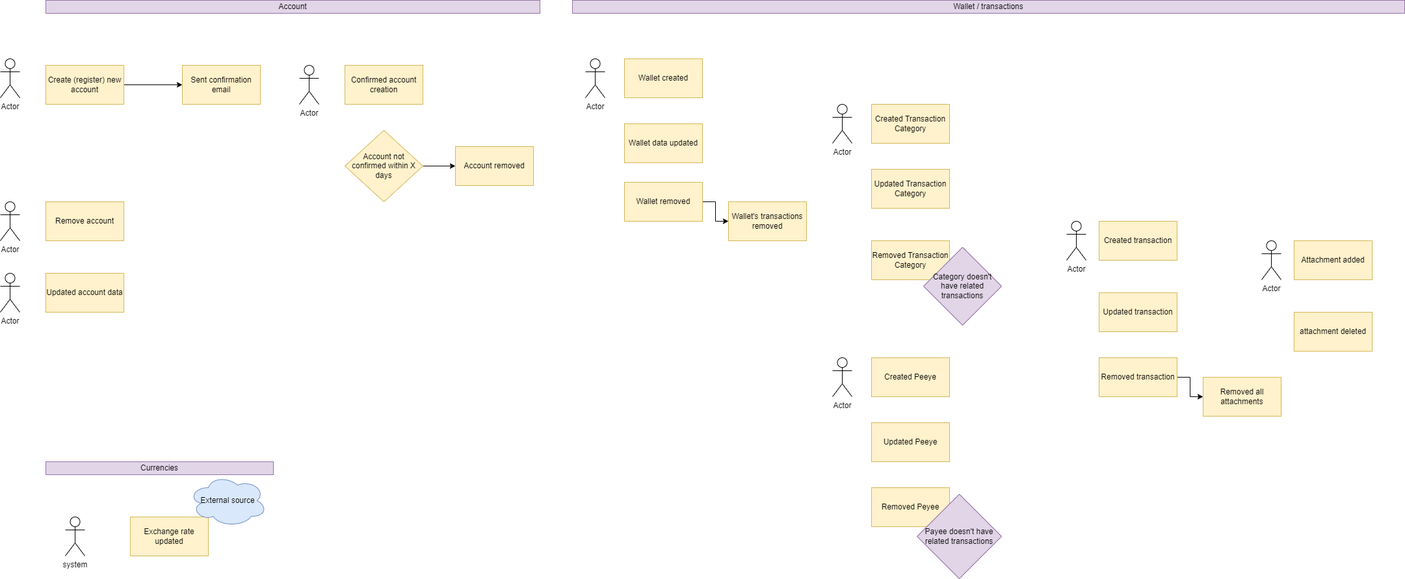
Earlier version of the draw.io export docs/features.drawio.png (GrPe/Overmoney). Source tidied: cells renumbered, new cells last; positions are measured from the earlier drawing's top-left corner, leaving out a move shared by most shapes.
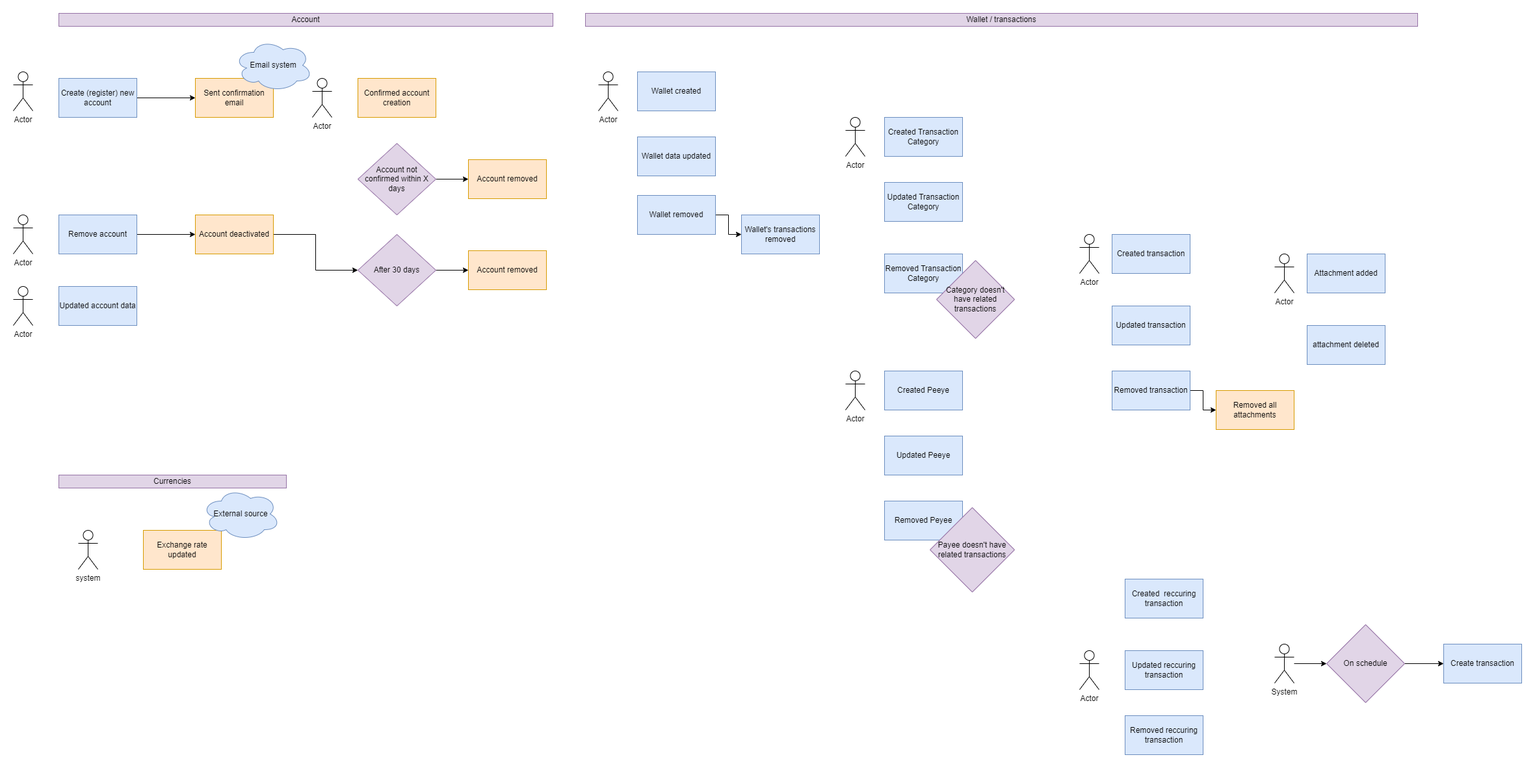
Above is the later version.

Diff of the diagram source:
```diff
@@ -5,28 +5,31 @@
     <mxCell id="2" style="edgeStyle=orthogonalEdgeStyle;rounded=0;jettySize=auto;html=1;entryX=0;entryY=0.5;entryDx=0;entryDy=0;" parent="1" edge="1" source="3" target="6">
       <mxGeometry relative="1" as="geometry" />
     </mxCell>
-    <mxCell id="3" value="Create (register) new account" style="rounded=0;whiteSpace=wrap;html=1;fillColor=#fff2cc;strokeColor=#d6b656;" parent="1" vertex="1">
+    <mxCell id="3" value="Create (register) new account" style="rounded=0;whiteSpace=wrap;html=1;fillColor=#dae8fc;strokeColor=#6c8ebf;" parent="1" vertex="1">
       <mxGeometry x="70" y="100" width="120" height="60" as="geometry" />
     </mxCell>
     <mxCell id="4" value="Actor" style="shape=umlActor;verticalLabelPosition=bottom;verticalAlign=top;html=1;" parent="1" vertex="1">
       <mxGeometry y="90" width="30" height="60" as="geometry" />
     </mxCell>
+    <mxCell id="46" style="edgeStyle=orthogonalEdgeStyle;rounded=0;jettySize=auto;html=1;entryX=0;entryY=0.5;entryDx=0;entryDy=0;" parent="1" edge="1" source="5" target="49">
+      <mxGeometry relative="1" as="geometry" />
+    </mxCell>
-    <mxCell id="5" value="Remove account" style="rounded=0;whiteSpace=wrap;html=1;fillColor=#fff2cc;strokeColor=#d6b656;" parent="1" vertex="1">
+    <mxCell id="5" value="Remove account" style="rounded=0;whiteSpace=wrap;html=1;fillColor=#dae8fc;strokeColor=#6c8ebf;" parent="1" vertex="1">
       <mxGeometry x="70" y="310" width="120" height="60" as="geometry" />
     </mxCell>
-    <mxCell id="6" value="Sent confirmation email" style="rounded=0;whiteSpace=wrap;html=1;fillColor=#fff2cc;strokeColor=#d6b656;" parent="1" vertex="1">
+    <mxCell id="6" value="Sent confirmation email" style="rounded=0;whiteSpace=wrap;html=1;fillColor=#ffe6cc;strokeColor=#d79b00;" parent="1" vertex="1">
       <mxGeometry x="280" y="100" width="120" height="60" as="geometry" />
     </mxCell>
-    <mxCell id="7" value="Confirmed account creation" style="rounded=0;whiteSpace=wrap;html=1;fillColor=#fff2cc;strokeColor=#d6b656;" parent="1" vertex="1">
+    <mxCell id="7" value="Confirmed account creation" style="rounded=0;whiteSpace=wrap;html=1;fillColor=#ffe6cc;strokeColor=#d79b00;" parent="1" vertex="1">
       <mxGeometry x="530" y="100" width="120" height="60" as="geometry" />
     </mxCell>
     <mxCell id="8" value="Actor" style="shape=umlActor;verticalLabelPosition=bottom;verticalAlign=top;html=1;" parent="1" vertex="1">
       <mxGeometry x="460" y="100" width="30" height="60" as="geometry" />
     </mxCell>
-    <mxCell id="9" value="Account removed" style="rounded=0;whiteSpace=wrap;html=1;fillColor=#fff2cc;strokeColor=#d6b656;" parent="1" vertex="1">
+    <mxCell id="9" value="Account removed" style="rounded=0;whiteSpace=wrap;html=1;fillColor=#ffe6cc;strokeColor=#d79b00;" parent="1" vertex="1">
       <mxGeometry x="700" y="225" width="120" height="60" as="geometry" />
     </mxCell>
-    <mxCell id="10" value="Updated account data" style="rounded=0;whiteSpace=wrap;html=1;fillColor=#fff2cc;strokeColor=#d6b656;" parent="1" vertex="1">
+    <mxCell id="10" value="Updated account data" style="rounded=0;whiteSpace=wrap;html=1;fillColor=#dae8fc;strokeColor=#6c8ebf;" parent="1" vertex="1">
       <mxGeometry x="70" y="420" width="120" height="60" as="geometry" />
     </mxCell>
     <mxCell id="11" value="Account" style="rounded=0;whiteSpace=wrap;html=1;fillColor=#e1d5e7;strokeColor=#9673a6;" parent="1" vertex="1">
@@ -35,7 +38,7 @@
     <mxCell id="12" style="edgeStyle=orthogonalEdgeStyle;rounded=0;jettySize=auto;html=1;entryX=0;entryY=0.5;entryDx=0;entryDy=0;" parent="1" edge="1" source="13" target="9">
       <mxGeometry relative="1" as="geometry" />
     </mxCell>
-    <mxCell id="13" value="Account not confirmed within X days" style="rhombus;whiteSpace=wrap;html=1;fillColor=#fff2cc;strokeColor=#d6b656;" parent="1" vertex="1">
+    <mxCell id="13" value="Account not confirmed within X days" style="rhombus;whiteSpace=wrap;html=1;fillColor=#e1d5e7;strokeColor=#9673a6;" parent="1" vertex="1">
       <mxGeometry x="530" y="200" width="120" height="110" as="geometry" />
     </mxCell>
     <mxCell id="14" value="Actor" style="shape=umlActor;verticalLabelPosition=bottom;verticalAlign=top;html=1;" parent="1" vertex="1">
@@ -44,7 +47,7 @@
     <mxCell id="15" value="Actor" style="shape=umlActor;verticalLabelPosition=bottom;verticalAlign=top;html=1;" parent="1" vertex="1">
       <mxGeometry y="420" width="30" height="60" as="geometry" />
     </mxCell>
-    <mxCell id="16" value="Wallet created" style="rounded=0;whiteSpace=wrap;html=1;fillColor=#fff2cc;strokeColor=#d6b656;" parent="1" vertex="1">
+    <mxCell id="16" value="Wallet created" style="rounded=0;whiteSpace=wrap;html=1;fillColor=#dae8fc;strokeColor=#6c8ebf;" parent="1" vertex="1">
       <mxGeometry x="960" y="90" width="120" height="60" as="geometry" />
     </mxCell>
     <mxCell id="17" value="Actor" style="shape=umlActor;verticalLabelPosition=bottom;verticalAlign=top;html=1;" parent="1" vertex="1">
@@ -53,25 +56,25 @@
     <mxCell id="18" style="edgeStyle=orthogonalEdgeStyle;rounded=0;jettySize=auto;html=1;entryX=0;entryY=0.5;entryDx=0;entryDy=0;" parent="1" edge="1" source="19" target="41">
       <mxGeometry relative="1" as="geometry" />
     </mxCell>
-    <mxCell id="19" value="Wallet removed" style="rounded=0;whiteSpace=wrap;html=1;fillColor=#fff2cc;strokeColor=#d6b656;" parent="1" vertex="1">
+    <mxCell id="19" value="Wallet removed" style="rounded=0;whiteSpace=wrap;html=1;fillColor=#dae8fc;strokeColor=#6c8ebf;" parent="1" vertex="1">
       <mxGeometry x="960" y="280" width="120" height="60" as="geometry" />
     </mxCell>
-    <mxCell id="20" value="Wallet data updated" style="rounded=0;whiteSpace=wrap;html=1;fillColor=#fff2cc;strokeColor=#d6b656;" parent="1" vertex="1">
+    <mxCell id="20" value="Wallet data updated" style="rounded=0;whiteSpace=wrap;html=1;fillColor=#dae8fc;strokeColor=#6c8ebf;" parent="1" vertex="1">
       <mxGeometry x="960" y="190" width="120" height="60" as="geometry" />
     </mxCell>
     <mxCell id="21" value="Wallet / transactions" style="rounded=0;whiteSpace=wrap;html=1;fillColor=#e1d5e7;strokeColor=#9673a6;" parent="1" vertex="1">
       <mxGeometry x="880" width="1280" height="20" as="geometry" />
     </mxCell>
-    <mxCell id="22" value="Created transaction" style="rounded=0;whiteSpace=wrap;html=1;fillColor=#fff2cc;strokeColor=#d6b656;" parent="1" vertex="1">
+    <mxCell id="22" value="Created transaction" style="rounded=0;whiteSpace=wrap;html=1;fillColor=#dae8fc;strokeColor=#6c8ebf;" parent="1" vertex="1">
       <mxGeometry x="1690" y="340" width="120" height="60" as="geometry" />
     </mxCell>
-    <mxCell id="23" value="Updated transaction" style="rounded=0;whiteSpace=wrap;html=1;fillColor=#fff2cc;strokeColor=#d6b656;" parent="1" vertex="1">
+    <mxCell id="23" value="Updated transaction" style="rounded=0;whiteSpace=wrap;html=1;fillColor=#dae8fc;strokeColor=#6c8ebf;" parent="1" vertex="1">
       <mxGeometry x="1690" y="450" width="120" height="60" as="geometry" />
     </mxCell>
     <mxCell id="24" style="edgeStyle=orthogonalEdgeStyle;rounded=0;jettySize=auto;html=1;" parent="1" edge="1" source="25" target="40">
       <mxGeometry relative="1" as="geometry" />
     </mxCell>
-    <mxCell id="25" value="Removed transaction" style="rounded=0;whiteSpace=wrap;html=1;fillColor=#fff2cc;strokeColor=#d6b656;" parent="1" vertex="1">
+    <mxCell id="25" value="Removed transaction" style="rounded=0;whiteSpace=wrap;html=1;fillColor=#dae8fc;strokeColor=#6c8ebf;" parent="1" vertex="1">
       <mxGeometry x="1690" y="550" width="120" height="60" as="geometry" />
     </mxCell>
     <mxCell id="26" value="Actor" style="shape=umlActor;verticalLabelPosition=bottom;verticalAlign=top;html=1;" parent="1" vertex="1">
@@ -80,25 +83,25 @@
     <mxCell id="27" value="Actor" style="shape=umlActor;verticalLabelPosition=bottom;verticalAlign=top;html=1;" parent="1" vertex="1">
       <mxGeometry x="1280" y="160" width="30" height="60" as="geometry" />
     </mxCell>
-    <mxCell id="28" value="Created Transaction Category" style="rounded=0;whiteSpace=wrap;html=1;fillColor=#fff2cc;strokeColor=#d6b656;" parent="1" vertex="1">
+    <mxCell id="28" value="Created Transaction Category" style="rounded=0;whiteSpace=wrap;html=1;fillColor=#dae8fc;strokeColor=#6c8ebf;" parent="1" vertex="1">
       <mxGeometry x="1340" y="160" width="120" height="60" as="geometry" />
     </mxCell>
-    <mxCell id="29" value="Updated Transaction Category" style="rounded=0;whiteSpace=wrap;html=1;fillColor=#fff2cc;strokeColor=#d6b656;" parent="1" vertex="1">
+    <mxCell id="29" value="Updated Transaction Category" style="rounded=0;whiteSpace=wrap;html=1;fillColor=#dae8fc;strokeColor=#6c8ebf;" parent="1" vertex="1">
       <mxGeometry x="1340" y="260" width="120" height="60" as="geometry" />
     </mxCell>
-    <mxCell id="30" value="Removed Transaction Category" style="rounded=0;whiteSpace=wrap;html=1;fillColor=#fff2cc;strokeColor=#d6b656;" parent="1" vertex="1">
+    <mxCell id="30" value="Removed Transaction Category" style="rounded=0;whiteSpace=wrap;html=1;fillColor=#dae8fc;strokeColor=#6c8ebf;" parent="1" vertex="1">
       <mxGeometry x="1340" y="370" width="120" height="60" as="geometry" />
     </mxCell>
     <mxCell id="31" value="Actor" style="shape=umlActor;verticalLabelPosition=bottom;verticalAlign=top;html=1;" parent="1" vertex="1">
       <mxGeometry x="1280" y="550" width="30" height="60" as="geometry" />
     </mxCell>
-    <mxCell id="32" value="Created Peeye" style="rounded=0;whiteSpace=wrap;html=1;fillColor=#fff2cc;strokeColor=#d6b656;" parent="1" vertex="1">
+    <mxCell id="32" value="Created Peeye" style="rounded=0;whiteSpace=wrap;html=1;fillColor=#dae8fc;strokeColor=#6c8ebf;" parent="1" vertex="1">
       <mxGeometry x="1340" y="550" width="120" height="60" as="geometry" />
     </mxCell>
-    <mxCell id="33" value="Updated Peeye" style="rounded=0;whiteSpace=wrap;html=1;fillColor=#fff2cc;strokeColor=#d6b656;" parent="1" vertex="1">
+    <mxCell id="33" value="Updated Peeye" style="rounded=0;whiteSpace=wrap;html=1;fillColor=#dae8fc;strokeColor=#6c8ebf;" parent="1" vertex="1">
       <mxGeometry x="1340" y="650" width="120" height="60" as="geometry" />
     </mxCell>
-    <mxCell id="34" value="Removed Peyee" style="rounded=0;whiteSpace=wrap;html=1;fillColor=#fff2cc;strokeColor=#d6b656;" parent="1" vertex="1">
+    <mxCell id="34" value="Removed Peyee" style="rounded=0;whiteSpace=wrap;html=1;fillColor=#dae8fc;strokeColor=#6c8ebf;" parent="1" vertex="1">
       <mxGeometry x="1340" y="750" width="120" height="60" as="geometry" />
     </mxCell>
     <mxCell id="35" value="Category doesn't have related transactions" style="rhombus;whiteSpace=wrap;html=1;fillColor=#e1d5e7;strokeColor=#9673a6;" parent="1" vertex="1">
@@ -107,19 +110,19 @@
     <mxCell id="36" value="Payee doesn't have related transactions" style="rhombus;whiteSpace=wrap;html=1;fillColor=#e1d5e7;strokeColor=#9673a6;" parent="1" vertex="1">
       <mxGeometry x="1410" y="760" width="130" height="130" as="geometry" />
     </mxCell>
-    <mxCell id="37" value="Attachment added" style="rounded=0;whiteSpace=wrap;html=1;fillColor=#fff2cc;strokeColor=#d6b656;" parent="1" vertex="1">
+    <mxCell id="37" value="Attachment added" style="rounded=0;whiteSpace=wrap;html=1;fillColor=#dae8fc;strokeColor=#6c8ebf;" parent="1" vertex="1">
       <mxGeometry x="1990" y="370" width="120" height="60" as="geometry" />
     </mxCell>
-    <mxCell id="38" value="attachment deleted" style="rounded=0;whiteSpace=wrap;html=1;fillColor=#fff2cc;strokeColor=#d6b656;" parent="1" vertex="1">
+    <mxCell id="38" value="attachment deleted" style="rounded=0;whiteSpace=wrap;html=1;fillColor=#dae8fc;strokeColor=#6c8ebf;" parent="1" vertex="1">
       <mxGeometry x="1990" y="480" width="120" height="60" as="geometry" />
     </mxCell>
     <mxCell id="39" value="Actor" style="shape=umlActor;verticalLabelPosition=bottom;verticalAlign=top;html=1;" parent="1" vertex="1">
       <mxGeometry x="1940" y="370" width="30" height="60" as="geometry" />
     </mxCell>
-    <mxCell id="40" value="Removed all attachments" style="rounded=0;whiteSpace=wrap;html=1;fillColor=#fff2cc;strokeColor=#d6b656;" parent="1" vertex="1">
+    <mxCell id="40" value="Removed all attachments" style="rounded=0;whiteSpace=wrap;html=1;fillColor=#ffe6cc;strokeColor=#d79b00;" parent="1" vertex="1">
       <mxGeometry x="1850" y="580" width="120" height="60" as="geometry" />
     </mxCell>
-    <mxCell id="41" value="Wallet's transactions removed" style="rounded=0;whiteSpace=wrap;html=1;fillColor=#fff2cc;strokeColor=#d6b656;" parent="1" vertex="1">
+    <mxCell id="41" value="Wallet's transactions removed" style="rounded=0;whiteSpace=wrap;html=1;fillColor=#dae8fc;strokeColor=#6c8ebf;" parent="1" vertex="1">
       <mxGeometry x="1120" y="310" width="120" height="60" as="geometry" />
     </mxCell>
     <mxCell id="42" value="Currencies" style="rounded=0;whiteSpace=wrap;html=1;fillColor=#e1d5e7;strokeColor=#9673a6;" parent="1" vertex="1">
@@ -128,11 +131,56 @@
     <mxCell id="43" value="system" style="shape=umlActor;verticalLabelPosition=bottom;verticalAlign=top;html=1;" parent="1" vertex="1">
       <mxGeometry x="100" y="795" width="30" height="60" as="geometry" />
     </mxCell>
-    <mxCell id="44" value="Exchange rate updated" style="rounded=0;whiteSpace=wrap;html=1;fillColor=#fff2cc;strokeColor=#d6b656;" parent="1" vertex="1">
+    <mxCell id="44" value="Exchange rate updated" style="rounded=0;whiteSpace=wrap;html=1;fillColor=#ffe6cc;strokeColor=#d79b00;" parent="1" vertex="1">
       <mxGeometry x="200" y="795" width="120" height="60" as="geometry" />
     </mxCell>
     <mxCell id="45" value="External source" style="ellipse;shape=cloud;whiteSpace=wrap;html=1;fillColor=#dae8fc;strokeColor=#6c8ebf;" parent="1" vertex="1">
       <mxGeometry x="290" y="730" width="120" height="80" as="geometry" />
     </mxCell>
+    <mxCell id="47" value="Email system" style="ellipse;shape=cloud;whiteSpace=wrap;html=1;fillColor=#dae8fc;strokeColor=#6c8ebf;" parent="1" vertex="1">
+      <mxGeometry x="340" y="40" width="120" height="80" as="geometry" />
+    </mxCell>
+    <mxCell id="48" style="edgeStyle=orthogonalEdgeStyle;rounded=0;jettySize=auto;html=1;" parent="1" edge="1" source="49" target="51">
+      <mxGeometry relative="1" as="geometry" />
+    </mxCell>
+    <mxCell id="49" value="Account deactivated" style="rounded=0;whiteSpace=wrap;html=1;fillColor=#ffe6cc;strokeColor=#d79b00;" parent="1" vertex="1">
+      <mxGeometry x="280" y="310" width="120" height="60" as="geometry" />
+    </mxCell>
+    <mxCell id="50" style="edgeStyle=orthogonalEdgeStyle;rounded=0;jettySize=auto;html=1;" parent="1" edge="1" source="51" target="52">
+      <mxGeometry relative="1" as="geometry" />
+    </mxCell>
+    <mxCell id="51" value="After 30 days" style="rhombus;whiteSpace=wrap;html=1;fillColor=#e1d5e7;strokeColor=#9673a6;" parent="1" vertex="1">
+      <mxGeometry x="530" y="340" width="120" height="110" as="geometry" />
+    </mxCell>
+    <mxCell id="52" value="Account removed" style="rounded=0;whiteSpace=wrap;html=1;fillColor=#ffe6cc;strokeColor=#d79b00;" parent="1" vertex="1">
+      <mxGeometry x="700" y="365" width="120" height="60" as="geometry" />
+    </mxCell>
+    <mxCell id="53" value="Actor" style="shape=umlActor;verticalLabelPosition=bottom;verticalAlign=top;html=1;" parent="1" vertex="1">
+      <mxGeometry x="1640" y="980" width="30" height="60" as="geometry" />
+    </mxCell>
+    <mxCell id="54" value="Created&amp;nbsp; reccuring transaction" style="rounded=0;whiteSpace=wrap;html=1;fillColor=#dae8fc;strokeColor=#6c8ebf;" parent="1" vertex="1">
+      <mxGeometry x="1710" y="870" width="120" height="60" as="geometry" />
+    </mxCell>
+    <mxCell id="55" value="Updated reccuring transaction" style="rounded=0;whiteSpace=wrap;html=1;fillColor=#dae8fc;strokeColor=#6c8ebf;" parent="1" vertex="1">
+      <mxGeometry x="1710" y="980" width="120" height="60" as="geometry" />
+    </mxCell>
+    <mxCell id="56" value="Removed reccuring transaction" style="rounded=0;whiteSpace=wrap;html=1;fillColor=#dae8fc;strokeColor=#6c8ebf;" parent="1" vertex="1">
+      <mxGeometry x="1710" y="1080" width="120" height="60" as="geometry" />
+    </mxCell>
+    <mxCell id="57" style="edgeStyle=orthogonalEdgeStyle;rounded=0;jettySize=auto;html=1;" parent="1" edge="1" source="58" target="59">
+      <mxGeometry relative="1" as="geometry" />
+    </mxCell>
+    <mxCell id="58" value="On schedule" style="rhombus;whiteSpace=wrap;html=1;fillColor=#e1d5e7;strokeColor=#9673a6;" parent="1" vertex="1">
+      <mxGeometry x="2020" y="940" width="120" height="120" as="geometry" />
+    </mxCell>
+    <mxCell id="59" value="Create transaction" style="rounded=0;whiteSpace=wrap;html=1;fillColor=#dae8fc;strokeColor=#6c8ebf;" parent="1" vertex="1">
+      <mxGeometry x="2200" y="970" width="120" height="60" as="geometry" />
+    </mxCell>
+    <mxCell id="60" style="edgeStyle=orthogonalEdgeStyle;rounded=0;jettySize=auto;html=1;entryX=0;entryY=0.5;entryDx=0;entryDy=0;" parent="1" edge="1" source="61" target="58">
+      <mxGeometry relative="1" as="geometry" />
+    </mxCell>
+    <mxCell id="61" value="System" style="shape=umlActor;verticalLabelPosition=bottom;verticalAlign=top;html=1;outlineConnect=0;" parent="1" vertex="1">
+      <mxGeometry x="1940" y="970" width="30" height="60" as="geometry" />
+    </mxCell>
   </root>
 </mxGraphModel>
```
